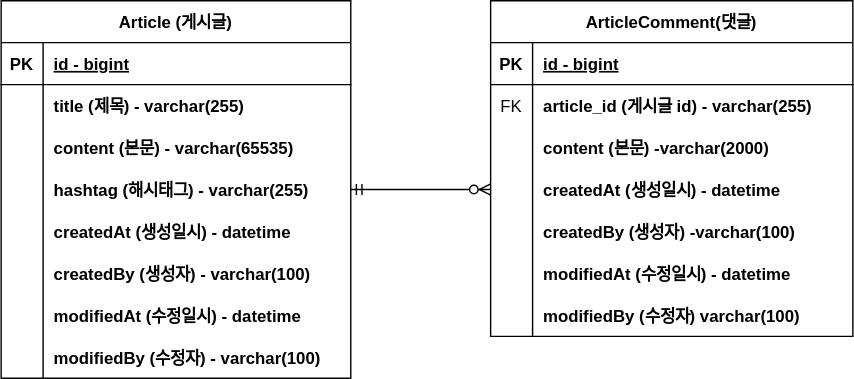
ddudukda/1st_project keeps this draw.io diagram as project-board-erd.svg. Above is the earlier version. Source tidied: cells renumbered, new cells last; positions are measured from the earlier drawing's top-left corner, leaving out a move shared by most shapes.
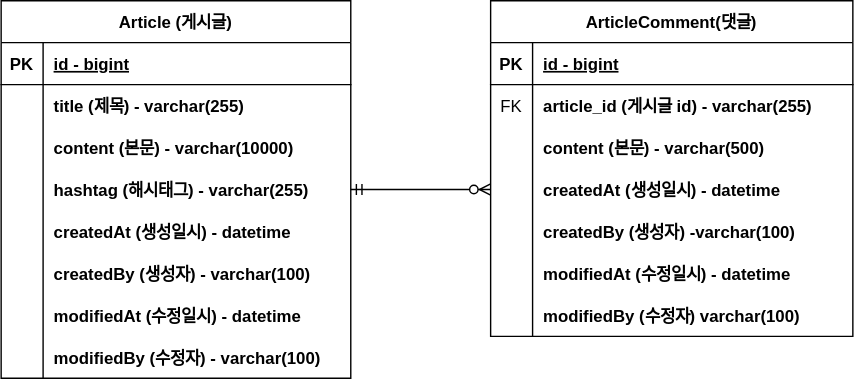
Above is the later version.

Commit message:
#10 - erd업데이트: content사이즈 변경: project-board-erd.svg

The edit, as a diff of the source:
```diff
@@ -29,7 +29,7 @@
     <mxCell id="10" style="shape=partialRectangle;fillColor=none;top=0;left=0;bottom=0;right=0;overflow=hidden;fontStyle=1;" parent="9" vertex="1">
       <mxGeometry width="30" height="30" as="geometry" />
     </mxCell>
-    <mxCell id="11" value="content (본문) - varchar(65535)" style="shape=partialRectangle;fillColor=none;top=0;left=0;bottom=0;right=0;align=left;spacingLeft=6;overflow=hidden;fontStyle=1;" parent="9" vertex="1">
+    <mxCell id="11" value="content (본문) - varchar(10000)" style="shape=partialRectangle;fillColor=none;top=0;left=0;bottom=0;right=0;align=left;spacingLeft=6;overflow=hidden;fontStyle=1;" parent="9" vertex="1">
       <mxGeometry x="30" width="220" height="30" as="geometry" />
     </mxCell>
     <mxCell id="12" style="shape=tableRow;horizontal=0;startSize=0;swimlaneHead=0;swimlaneBody=0;fillColor=none;points=[[0,0.5],[1,0.5]];portConstraint=eastwest;top=0;left=0;right=0;bottom=0;fontStyle=1;" parent="2" vertex="1">
@@ -104,7 +104,7 @@
     <mxCell id="35" style="shape=partialRectangle;fillColor=none;top=0;left=0;bottom=0;right=0;overflow=hidden;" parent="34" vertex="1">
       <mxGeometry width="30" height="30" as="geometry" />
     </mxCell>
-    <mxCell id="36" value="content (본문) -varchar(2000)" style="shape=partialRectangle;fillColor=none;top=0;left=0;bottom=0;right=0;align=left;spacingLeft=6;overflow=hidden;fontStyle=1;" parent="34" vertex="1">
+    <mxCell id="36" value="content (본문) - varchar(500)" style="shape=partialRectangle;fillColor=none;top=0;left=0;bottom=0;right=0;align=left;spacingLeft=6;overflow=hidden;fontStyle=1;" parent="34" vertex="1">
       <mxGeometry x="30" width="229" height="30" as="geometry" />
     </mxCell>
     <mxCell id="37" style="shape=tableRow;horizontal=0;startSize=0;swimlaneHead=0;swimlaneBody=0;fillColor=none;points=[[0,0.5],[1,0.5]];portConstraint=eastwest;top=0;left=0;right=0;bottom=0;" parent="27" vertex="1">
```
